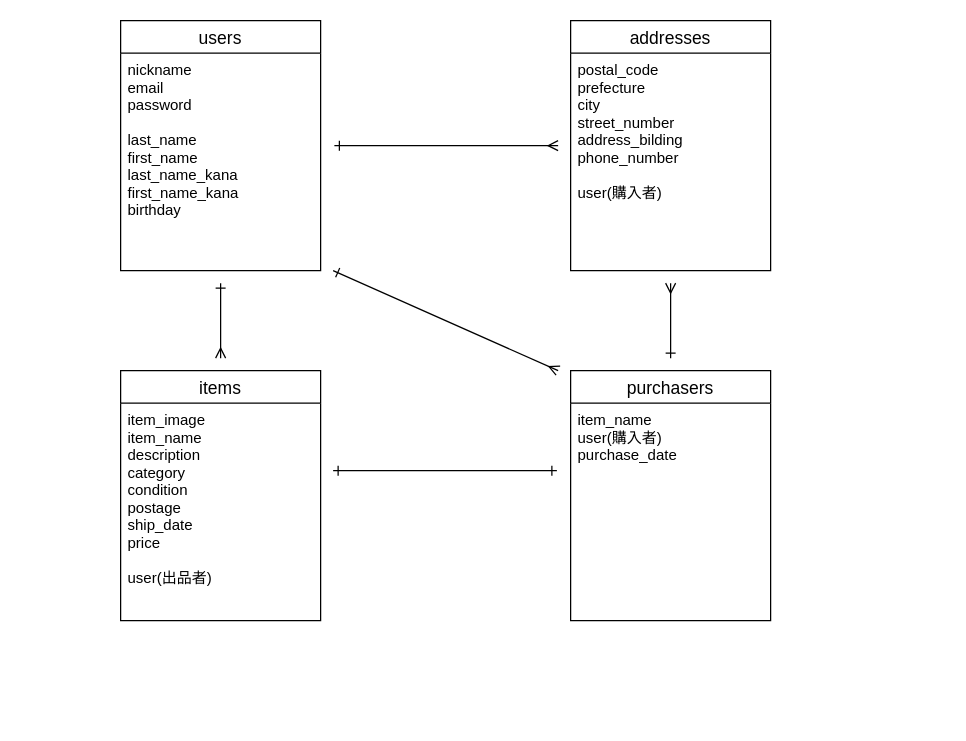
Earlier version of the draw.io diagram er.dio (ksk-o/furima-28136). Source tidied: cells renumbered, new cells numbered last; positions are measured from the earlier drawing's top-left corner, leaving out a move shared by most shapes. Both pictures are drawn from the tidied source at 125%, with x=0, y=0 at pixel (120, 20).
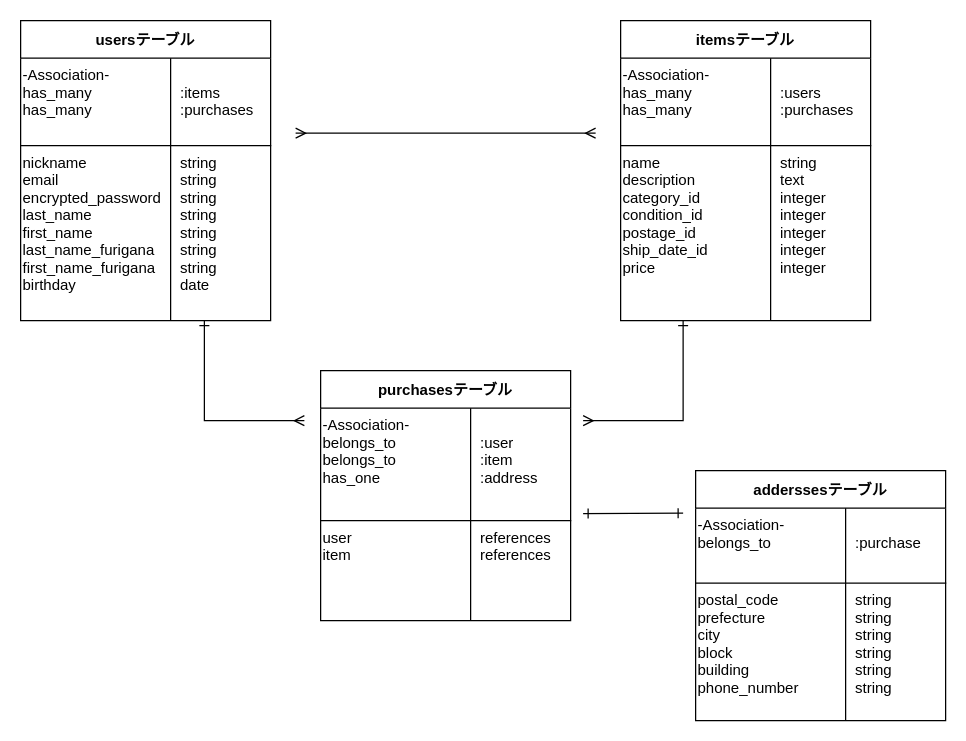
After the change.

Commit message (it also covers changes not shown here):
テーブル設計

Change to the diagram source:
```diff
@@
-    <mxCell id="2" value="items" style="swimlane;fontStyle=0;horizontal=1;startSize=26;align=center;fontSize=14;" parent="1" vertex="1">
-      <mxGeometry y="280" width="160" height="200" as="geometry" />
-    </mxCell>
-    <mxCell id="3" value="item_image&#10;item_name&#10;description&#10;category&#10;condition&#10;postage&#10;ship_date&#10;price&#10;&#10;user(出品者)" style="text;strokeColor=none;fillColor=none;spacingLeft=4;spacingRight=4;overflow=hidden;fontSize=12;" parent="2" vertex="1">
-      <mxGeometry y="26" width="160" height="174" as="geometry" />
-    </mxCell>
-    <mxCell id="4" value="users" style="swimlane;fontStyle=0;horizontal=1;startSize=26;align=center;fontSize=14;" parent="1" vertex="1">
-      <mxGeometry width="160" height="200" as="geometry" />
-    </mxCell>
-    <mxCell id="5" value="nickname&#10;email&#10;password&#10;&#10;last_name&#10;first_name&#10;last_name_kana&#10;first_name_kana&#10;birthday&#10;" style="text;strokeColor=none;fillColor=none;spacingLeft=4;spacingRight=4;overflow=hidden;fontSize=12;" parent="4" vertex="1">
-      <mxGeometry y="26" width="160" height="174" as="geometry" />
-    </mxCell>
-    <mxCell id="6" value="addresses" style="swimlane;fontStyle=0;horizontal=1;startSize=26;align=center;fontSize=14;" parent="1" vertex="1">
-      <mxGeometry x="360" width="160" height="200" as="geometry" />
-    </mxCell>
-    <mxCell id="7" value="postal_code&#10;prefecture&#10;city&#10;street_number&#10;address_bilding&#10;phone_number&#10;&#10;user(購入者)" style="text;strokeColor=none;fillColor=none;spacingLeft=4;spacingRight=4;overflow=hidden;fontSize=12;" parent="6" vertex="1">
-      <mxGeometry y="26" width="160" height="174" as="geometry" />
-    </mxCell>
-    <mxCell id="8" value="purchasers" style="swimlane;fontStyle=0;horizontal=1;startSize=26;align=center;fontSize=14;" parent="1" vertex="1">
-      <mxGeometry x="360" y="280" width="160" height="200" as="geometry" />
-    </mxCell>
-    <mxCell id="9" value="item_name&#10;user(購入者)&#10;purchase_date" style="text;strokeColor=none;fillColor=none;spacingLeft=4;spacingRight=4;overflow=hidden;fontSize=12;" parent="8" vertex="1">
-      <mxGeometry y="26" width="160" height="174" as="geometry" />
-    </mxCell>
-    <mxCell id="10" style="endArrow=ERmany;html=1;rounded=0;startArrow=ERone;startFill=0;endFill=0;" parent="1" edge="1">
-      <mxGeometry relative="1" as="geometry">
-        <mxPoint x="80" y="210" as="sourcePoint" />
-        <mxPoint x="80" y="270" as="targetPoint" />
-      </mxGeometry>
-    </mxCell>
-    <mxCell id="11" style="endArrow=ERmany;html=1;rounded=0;startArrow=ERone;startFill=0;endFill=0;" parent="1" edge="1">
-      <mxGeometry relative="1" as="geometry">
-        <mxPoint x="171" y="100" as="sourcePoint" />
-        <mxPoint x="350" y="100" as="targetPoint" />
-      </mxGeometry>
-    </mxCell>
-    <mxCell id="12" style="endArrow=ERone;html=1;rounded=0;startArrow=ERone;startFill=0;endFill=0;" parent="1" edge="1">
-      <mxGeometry relative="1" as="geometry">
-        <mxPoint x="170" y="360" as="sourcePoint" />
-        <mxPoint x="349" y="360" as="targetPoint" />
-      </mxGeometry>
-    </mxCell>
-    <mxCell id="13" style="endArrow=ERone;html=1;rounded=0;startArrow=ERmany;startFill=0;endFill=0;" parent="1" edge="1">
-      <mxGeometry relative="1" as="geometry">
-        <mxPoint x="440" y="210" as="sourcePoint" />
-        <mxPoint x="440" y="270" as="targetPoint" />
-      </mxGeometry>
-    </mxCell>
-    <mxCell id="14" style="endArrow=ERmany;html=1;rounded=0;startArrow=ERone;startFill=0;endFill=0;" parent="1" edge="1">
-      <mxGeometry relative="1" as="geometry">
-        <mxPoint x="170" y="200" as="sourcePoint" />
-        <mxPoint x="350" y="280" as="targetPoint" />
-      </mxGeometry>
-    </mxCell>
+    <mxCell id="15" style="endArrow=ERone;html=1;rounded=0;startArrow=ERone;startFill=0;endFill=0;" parent="1" edge="1">
+      <mxGeometry relative="1" as="geometry">
+        <mxPoint x="370" y="394.4" as="sourcePoint" />
+        <mxPoint x="450" y="394" as="targetPoint" />
+      </mxGeometry>
+    </mxCell>
+    <mxCell id="16" style="endArrow=ERmany;html=1;rounded=0;startArrow=ERone;startFill=0;endFill=0;" parent="1" edge="1">
+      <mxGeometry relative="1" as="geometry">
+        <mxPoint x="67" y="240" as="sourcePoint" />
+        <mxPoint x="147" y="320" as="targetPoint" />
+        <Array as="points">
+          <mxPoint x="67" y="320" />
+        </Array>
+      </mxGeometry>
+    </mxCell>
+    <mxCell id="17" value="usersテーブル" style="shape=table;startSize=30;childLayout=tableLayout;rowLines=0;fontStyle=1;align=center;" parent="1" vertex="1">
+      <mxGeometry x="-80" width="200" height="240" as="geometry" />
+    </mxCell>
+    <mxCell id="18" style="shape=partialRectangle;fillColor=none;top=0;left=0;bottom=1;right=0;" parent="17" vertex="1">
+      <mxGeometry y="30" width="200" height="70" as="geometry" />
+    </mxCell>
+    <mxCell id="19" value="-Association-&#10;has_many&#10;has_many" style="shape=partialRectangle;fillColor=none;top=0;left=0;bottom=0;right=0;fontStyle=0;overflow=hidden;verticalAlign=top;align=left;" parent="18" vertex="1">
+      <mxGeometry width="120" height="70" as="geometry" />
+    </mxCell>
+    <mxCell id="20" value="&#10;:items&#10;:purchases" style="shape=partialRectangle;fillColor=none;top=0;left=0;bottom=0;right=0;align=left;spacingLeft=6;fontStyle=0;overflow=hidden;verticalAlign=top;" parent="18" vertex="1">
+      <mxGeometry x="120" width="80" height="70" as="geometry" />
+    </mxCell>
+    <mxCell id="21" style="shape=partialRectangle;fillColor=none;top=0;left=0;bottom=0;right=0;" parent="17" vertex="1">
+      <mxGeometry y="100" width="200" height="140" as="geometry" />
+    </mxCell>
+    <mxCell id="22" value="nickname&#10;email&#10;encrypted_password&#10;last_name&#10;first_name&#10;last_name_furigana&#10;first_name_furigana&#10;birthday" style="shape=partialRectangle;fillColor=none;top=0;left=0;bottom=0;right=0;overflow=hidden;align=left;verticalAlign=top;" parent="21" vertex="1">
+      <mxGeometry width="120" height="140" as="geometry" />
+    </mxCell>
+    <mxCell id="23" value="string&#10;string&#10;string&#10;string&#10;string&#10;string&#10;string&#10;date" style="shape=partialRectangle;fillColor=none;top=0;left=0;bottom=0;right=0;align=left;spacingLeft=6;overflow=hidden;verticalAlign=top;" parent="21" vertex="1">
+      <mxGeometry x="120" width="80" height="140" as="geometry" />
+    </mxCell>
+    <mxCell id="24" value="itemsテーブル" style="shape=table;startSize=30;childLayout=tableLayout;rowLines=0;fontStyle=1;align=center;" parent="1" vertex="1">
+      <mxGeometry x="400" width="200" height="240" as="geometry" />
+    </mxCell>
+    <mxCell id="25" style="shape=partialRectangle;fillColor=none;top=0;left=0;bottom=1;right=0;" parent="24" vertex="1">
+      <mxGeometry y="30" width="200" height="70" as="geometry" />
+    </mxCell>
+    <mxCell id="26" value="-Association-&#10;has_many&#10;has_many" style="shape=partialRectangle;fillColor=none;top=0;left=0;bottom=0;right=0;fontStyle=0;overflow=hidden;verticalAlign=top;align=left;" parent="25" vertex="1">
+      <mxGeometry width="120" height="70" as="geometry" />
+    </mxCell>
+    <mxCell id="27" value="&#10;:users&#10;:purchases" style="shape=partialRectangle;fillColor=none;top=0;left=0;bottom=0;right=0;align=left;spacingLeft=6;fontStyle=0;overflow=hidden;verticalAlign=top;" parent="25" vertex="1">
+      <mxGeometry x="120" width="80" height="70" as="geometry" />
+    </mxCell>
+    <mxCell id="28" style="shape=partialRectangle;fillColor=none;top=0;left=0;bottom=0;right=0;" parent="24" vertex="1">
+      <mxGeometry y="100" width="200" height="140" as="geometry" />
+    </mxCell>
+    <mxCell id="29" value="name&#10;description&#10;category_id&#10;condition_id&#10;postage_id&#10;ship_date_id&#10;price&#10;" style="shape=partialRectangle;fillColor=none;top=0;left=0;bottom=0;right=0;overflow=hidden;align=left;verticalAlign=top;" parent="28" vertex="1">
+      <mxGeometry width="120" height="140" as="geometry" />
+    </mxCell>
+    <mxCell id="30" value="string&#10;text&#10;integer&#10;integer&#10;integer&#10;integer&#10;integer&#10;" style="shape=partialRectangle;fillColor=none;top=0;left=0;bottom=0;right=0;align=left;spacingLeft=6;overflow=hidden;verticalAlign=top;" parent="28" vertex="1">
+      <mxGeometry x="120" width="80" height="140" as="geometry" />
+    </mxCell>
+    <mxCell id="31" value="purchasesテーブル" style="shape=table;startSize=30;childLayout=tableLayout;rowLines=0;fontStyle=1;align=center;" parent="1" vertex="1">
+      <mxGeometry x="160" y="280" width="200" height="200" as="geometry" />
+    </mxCell>
+    <mxCell id="32" style="shape=partialRectangle;fillColor=none;top=0;left=0;bottom=1;right=0;" parent="31" vertex="1">
+      <mxGeometry y="30" width="200" height="90" as="geometry" />
+    </mxCell>
+    <mxCell id="33" value="-Association-&#10;belongs_to&#10;belongs_to&#10;has_one" style="shape=partialRectangle;fillColor=none;top=0;left=0;bottom=0;right=0;fontStyle=0;overflow=hidden;verticalAlign=top;align=left;" parent="32" vertex="1">
+      <mxGeometry width="120" height="90" as="geometry" />
+    </mxCell>
+    <mxCell id="34" value="&#10;:user&#10;:item&#10;:address" style="shape=partialRectangle;fillColor=none;top=0;left=0;bottom=0;right=0;align=left;spacingLeft=6;fontStyle=0;overflow=hidden;verticalAlign=top;" parent="32" vertex="1">
+      <mxGeometry x="120" width="80" height="90" as="geometry" />
+    </mxCell>
+    <mxCell id="35" style="shape=partialRectangle;fillColor=none;top=0;left=0;bottom=0;right=0;" parent="31" vertex="1">
+      <mxGeometry y="120" width="200" height="80" as="geometry" />
+    </mxCell>
+    <mxCell id="36" value="user&#10;item" style="shape=partialRectangle;fillColor=none;top=0;left=0;bottom=0;right=0;overflow=hidden;align=left;verticalAlign=top;" parent="35" vertex="1">
+      <mxGeometry width="120" height="80" as="geometry" />
+    </mxCell>
+    <mxCell id="37" value="references&#10;references" style="shape=partialRectangle;fillColor=none;top=0;left=0;bottom=0;right=0;align=left;spacingLeft=6;overflow=hidden;verticalAlign=top;" parent="35" vertex="1">
+      <mxGeometry x="120" width="80" height="80" as="geometry" />
+    </mxCell>
+    <mxCell id="38" style="edgeStyle=entityRelationEdgeStyle;fontSize=12;html=1;endArrow=ERmany;startArrow=ERmany;" parent="1" edge="1">
+      <mxGeometry relative="1" as="geometry">
+        <mxPoint x="140" y="90" as="sourcePoint" />
+        <mxPoint x="380" y="90" as="targetPoint" />
+      </mxGeometry>
+    </mxCell>
+    <mxCell id="39" style="endArrow=ERmany;html=1;rounded=0;startArrow=ERone;startFill=0;endFill=0;" parent="1" edge="1">
+      <mxGeometry relative="1" as="geometry">
+        <mxPoint x="450" y="240" as="sourcePoint" />
+        <mxPoint x="370" y="320" as="targetPoint" />
+        <Array as="points">
+          <mxPoint x="450" y="320" />
+        </Array>
+      </mxGeometry>
+    </mxCell>
+    <mxCell id="40" value="adderssesテーブル" style="shape=table;startSize=30;childLayout=tableLayout;rowLines=0;fontStyle=1;align=center;" parent="1" vertex="1">
+      <mxGeometry x="460" y="360" width="200" height="200" as="geometry" />
+    </mxCell>
+    <mxCell id="41" style="shape=partialRectangle;fillColor=none;top=0;left=0;bottom=1;right=0;" parent="40" vertex="1">
+      <mxGeometry y="30" width="200" height="60" as="geometry" />
+    </mxCell>
+    <mxCell id="42" value="-Association-&#10;belongs_to" style="shape=partialRectangle;fillColor=none;top=0;left=0;bottom=0;right=0;fontStyle=0;overflow=hidden;verticalAlign=top;align=left;" parent="41" vertex="1">
+      <mxGeometry width="120" height="60" as="geometry" />
+    </mxCell>
+    <mxCell id="43" value="&#10;:purchase" style="shape=partialRectangle;fillColor=none;top=0;left=0;bottom=0;right=0;align=left;spacingLeft=6;fontStyle=0;overflow=hidden;verticalAlign=top;" parent="41" vertex="1">
+      <mxGeometry x="120" width="80" height="60" as="geometry" />
+    </mxCell>
+    <mxCell id="44" style="shape=partialRectangle;fillColor=none;top=0;left=0;bottom=0;right=0;" parent="40" vertex="1">
+      <mxGeometry y="90" width="200" height="110" as="geometry" />
+    </mxCell>
+    <mxCell id="45" value="postal_code&#10;prefecture&#10;city&#10;block&#10;building&#10;phone_number&#10;" style="shape=partialRectangle;fillColor=none;top=0;left=0;bottom=0;right=0;overflow=hidden;align=left;verticalAlign=top;" parent="44" vertex="1">
+      <mxGeometry width="120" height="110" as="geometry" />
+    </mxCell>
+    <mxCell id="46" value="string&#10;string&#10;string&#10;string&#10;string&#10;string&#10;" style="shape=partialRectangle;fillColor=none;top=0;left=0;bottom=0;right=0;align=left;spacingLeft=6;overflow=hidden;verticalAlign=top;" parent="44" vertex="1">
+      <mxGeometry x="120" width="80" height="110" as="geometry" />
+    </mxCell>
```
